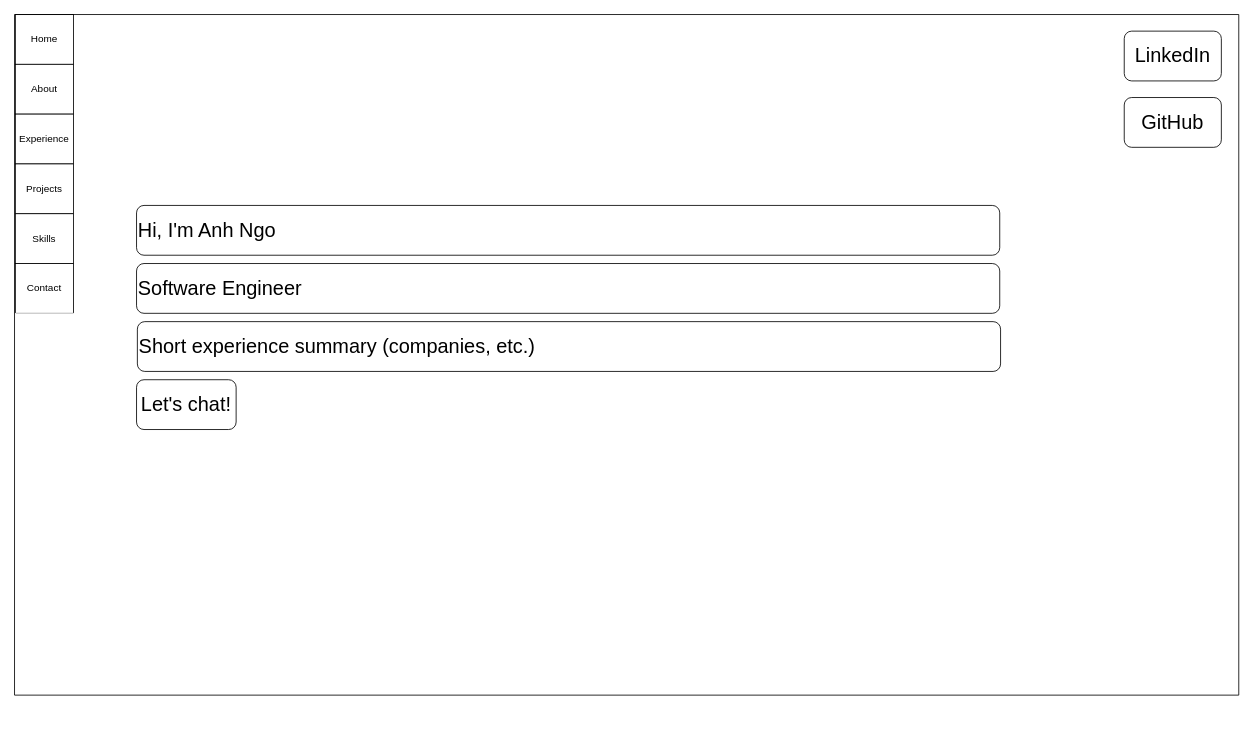
anhngoq/portfolio keeps this draw.io diagram as page "Home" (1 of 6) of design/wireframe.drawio. Above is the earlier version. Source tidied: cells renumbered, new cells numbered last; positions are measured from the earlier drawing's top-left corner, leaving out a move shared by most shapes. Both pictures are drawn from the tidied source at 83%, with x=0, y=0 at pixel (14, 14).
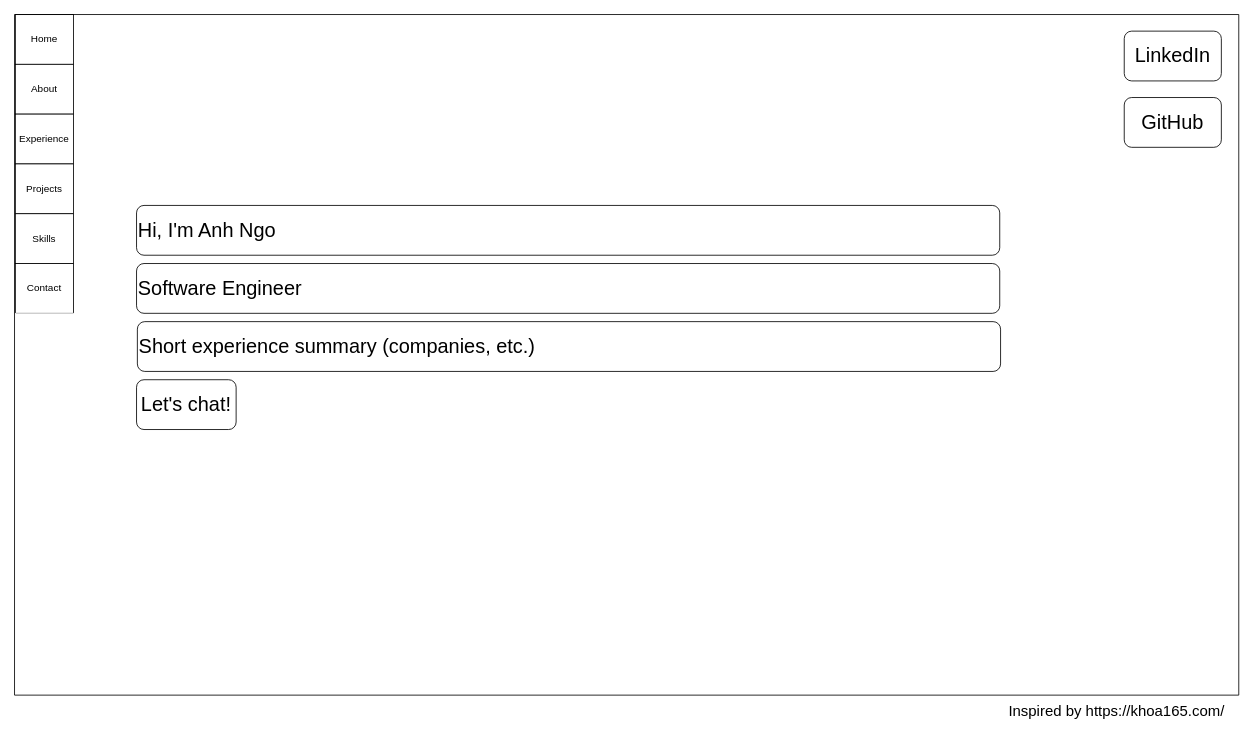
The same page after the edit.

Diff of the diagram source:
```diff
@@
 <mxGraphModel>
   <root>
     <mxCell id="0" />
     <mxCell id="1" parent="0" />
     <mxCell id="2" value="Home" style="rounded=0;whiteSpace=wrap;html=1;" parent="1" vertex="1">
       <mxGeometry x="1" width="70" height="60" as="geometry" />
     </mxCell>
     <mxCell id="3" value="About" style="rounded=0;whiteSpace=wrap;html=1;" parent="1" vertex="1">
       <mxGeometry x="1" y="60" width="70" height="60" as="geometry" />
     </mxCell>
     <mxCell id="4" value="Experience" style="rounded=0;whiteSpace=wrap;html=1;" parent="1" vertex="1">
       <mxGeometry x="1" y="120" width="70" height="60" as="geometry" />
     </mxCell>
     <mxCell id="5" value="Projects" style="rounded=0;whiteSpace=wrap;html=1;" parent="1" vertex="1">
       <mxGeometry x="1" y="180" width="70" height="60" as="geometry" />
     </mxCell>
     <mxCell id="6" value="Skills" style="rounded=0;whiteSpace=wrap;html=1;" parent="1" vertex="1">
       <mxGeometry x="1" y="240" width="70" height="60" as="geometry" />
     </mxCell>
     <mxCell id="7" value="Contact" style="rounded=0;whiteSpace=wrap;html=1;" parent="1" vertex="1">
       <mxGeometry x="1" y="300" width="70" height="60" as="geometry" />
     </mxCell>
     <mxCell id="8" style="edgeStyle=none;html=1;fontSize=24;" parent="1" edge="1" source="9" target="7">
       <mxGeometry relative="1" as="geometry" />
     </mxCell>
     <mxCell id="9" style="rounded=0;whiteSpace=wrap;html=1;shadow=0;labelBackgroundColor=#E9F02B;strokeColor=#ffffff;fontSize=14;fillColor=none;" parent="1" vertex="1">
       <mxGeometry x="1" y="360" width="70" height="460" as="geometry" />
     </mxCell>
     <mxCell id="10" value="Hi, I'm Anh Ngo" style="rounded=1;whiteSpace=wrap;html=1;fontSize=24;align=left;" parent="1" vertex="1">
       <mxGeometry x="147" y="230" width="1040" height="60" as="geometry" />
     </mxCell>
     <mxCell id="11" value="Software Engineer" style="rounded=1;whiteSpace=wrap;html=1;fontSize=24;align=left;" parent="1" vertex="1">
       <mxGeometry x="147" y="300" width="1040" height="60" as="geometry" />
     </mxCell>
     <mxCell id="12" value="Let's chat!" style="rounded=1;whiteSpace=wrap;html=1;fontSize=24;align=center;" parent="1" vertex="1">
       <mxGeometry x="147" y="440" width="120" height="60" as="geometry" />
     </mxCell>
     <mxCell id="13" value="Short experience summary (companies, etc.)" style="rounded=1;whiteSpace=wrap;html=1;fontSize=24;align=left;" parent="1" vertex="1">
       <mxGeometry x="148" y="370" width="1040" height="60" as="geometry" />
     </mxCell>
     <mxCell id="14" style="swimlane;startSize=0;fontSize=24;" parent="1" vertex="1">
       <mxGeometry width="1475" height="820" as="geometry" />
     </mxCell>
     <mxCell id="15" value="LinkedIn" style="rounded=1;whiteSpace=wrap;html=1;fontSize=24;" parent="14" vertex="1">
       <mxGeometry x="1337" y="20" width="117" height="60" as="geometry" />
     </mxCell>
     <mxCell id="16" value="GitHub" style="rounded=1;whiteSpace=wrap;html=1;fontSize=24;" parent="14" vertex="1">
       <mxGeometry x="1337" y="100" width="117" height="60" as="geometry" />
     </mxCell>
+    <mxCell id="17" value="Inspired by&amp;nbsp;https://khoa165.com/&amp;nbsp;" style="text;html=1;align=center;verticalAlign=middle;strokeColor=none;fillColor=none;fontSize=18;" parent="1" vertex="1">
+      <mxGeometry x="1185" y="820" width="290" height="40" as="geometry" />
+    </mxCell>
   </root>
 </mxGraphModel>
```
